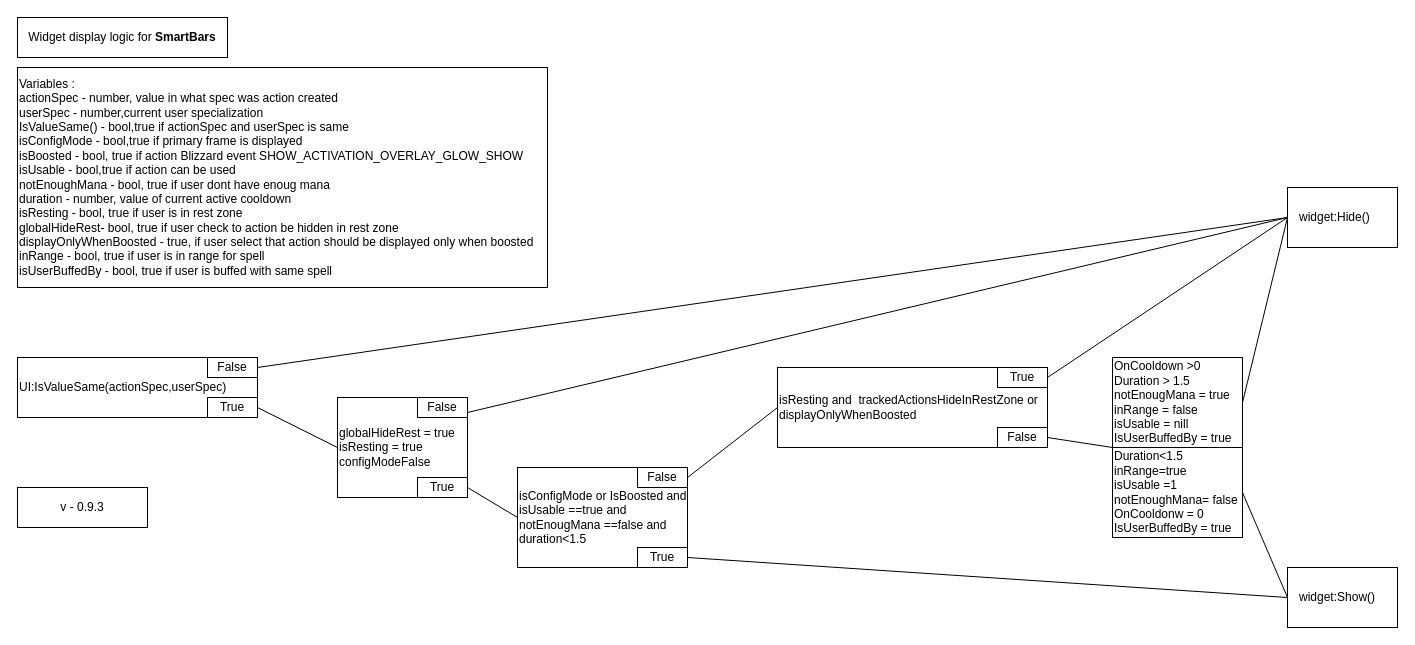
The draw.io diagram Diagrams/SmartBars_displayLogic.drawio in Beginnerstudios/Smartbars, before the edit. Source tidied: cells renumbered, new cells numbered last; positions are measured from the earlier drawing's top-left corner, leaving out a move shared by most shapes. Both pictures are drawn from the tidied source at 100%, with x=0, y=0 at pixel (17, 17).
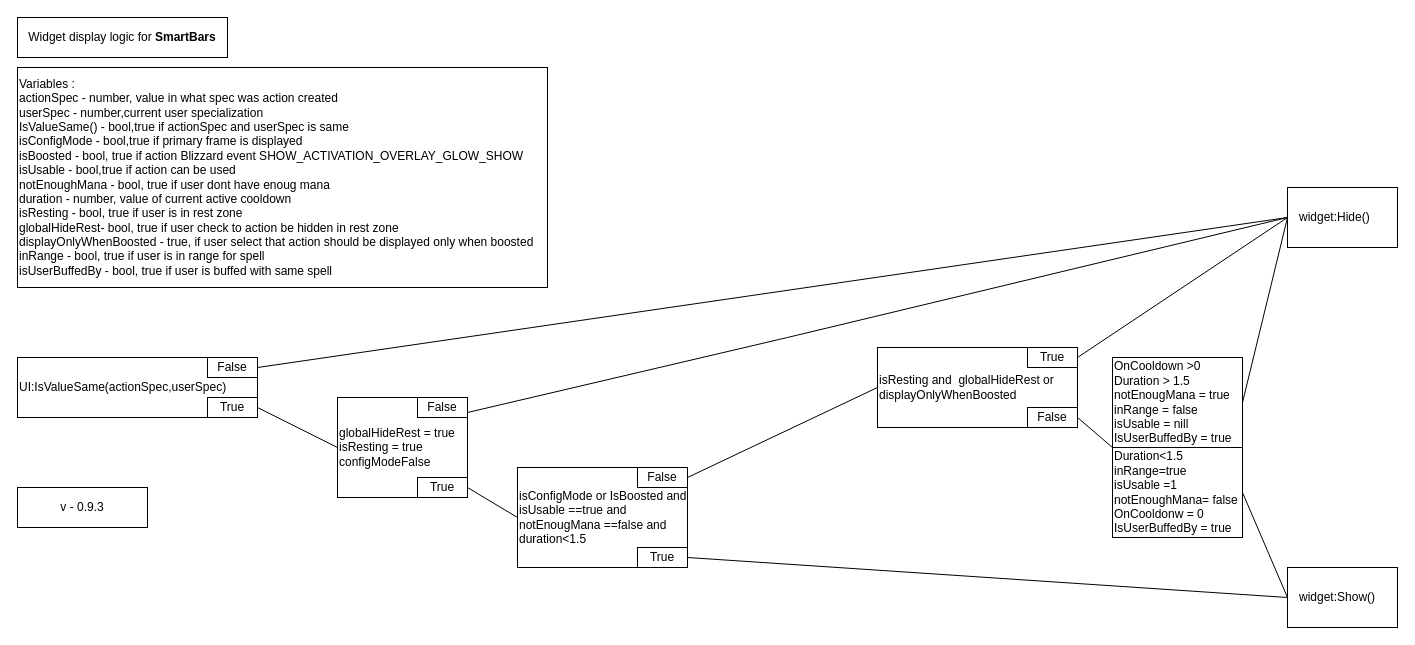
After the change.

Unchanged cells that the change refers to:
```xml
<mxCell id="28" value="False" style="rounded=0;whiteSpace=wrap;html=1;" parent="1" vertex="1">
  <mxGeometry x="400" y="380" width="50" height="20" as="geometry" />
</mxCell>
```

Diff of the diagram source:
```diff
@@
-    <mxCell id="8" value="isResting and&amp;nbsp; trackedActionsHideInRestZone or displayOnlyWhenBoosted" style="rounded=0;whiteSpace=wrap;html=1;align=left;" parent="1" vertex="1">
-      <mxGeometry x="760" y="350" width="270" height="80" as="geometry" />
+    <mxCell id="8" value="isResting and&amp;nbsp; globalHideRest or displayOnlyWhenBoosted" style="rounded=0;whiteSpace=wrap;html=1;align=left;" parent="1" vertex="1">
+      <mxGeometry x="860" y="330" width="200" height="80" as="geometry" />
     </mxCell>
     <mxCell id="9" value="True" style="rounded=0;whiteSpace=wrap;html=1;" parent="1" vertex="1">
-      <mxGeometry x="980" y="350" width="50" height="20" as="geometry" />
+      <mxGeometry x="1010" y="330" width="50" height="20" as="geometry" />
     </mxCell>
     <mxCell id="10" value="False" style="rounded=0;whiteSpace=wrap;html=1;" parent="1" vertex="1">
-      <mxGeometry x="980" y="410" width="50" height="20" as="geometry" />
+      <mxGeometry x="1010" y="390" width="50" height="20" as="geometry" />
     </mxCell>
@@
     <mxCell id="29" style="endArrow=none;html=1;exitX=1;exitY=0.75;exitDx=0;exitDy=0;" parent="1" edge="1" source="28">
       <mxGeometry relative="1" as="geometry">
         <mxPoint x="1270" y="200" as="targetPoint" />
+        <Array as="points">
+          <mxPoint x="770" y="320" />
+        </Array>
       </mxGeometry>
     </mxCell>
```
